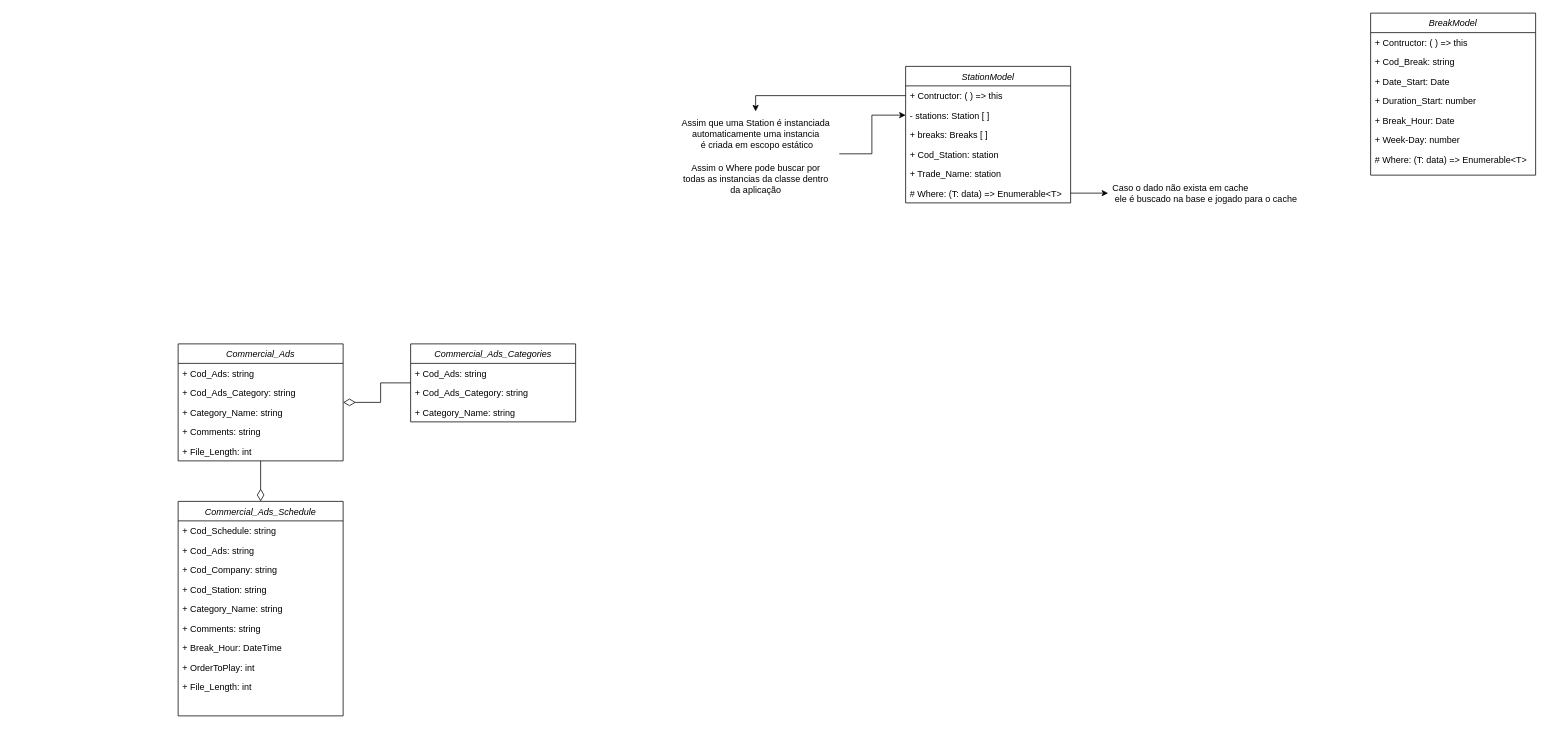
Before: Programatica.drawio in Vusmonth/uml, a draw.io diagram. Source tidied: cells renumbered, new cells numbered last; positions are measured from the earlier drawing's top-left corner, leaving out a move shared by most shapes. Both pictures are drawn from the tidied source at 75%, with x=0, y=0 at pixel (178, 13).
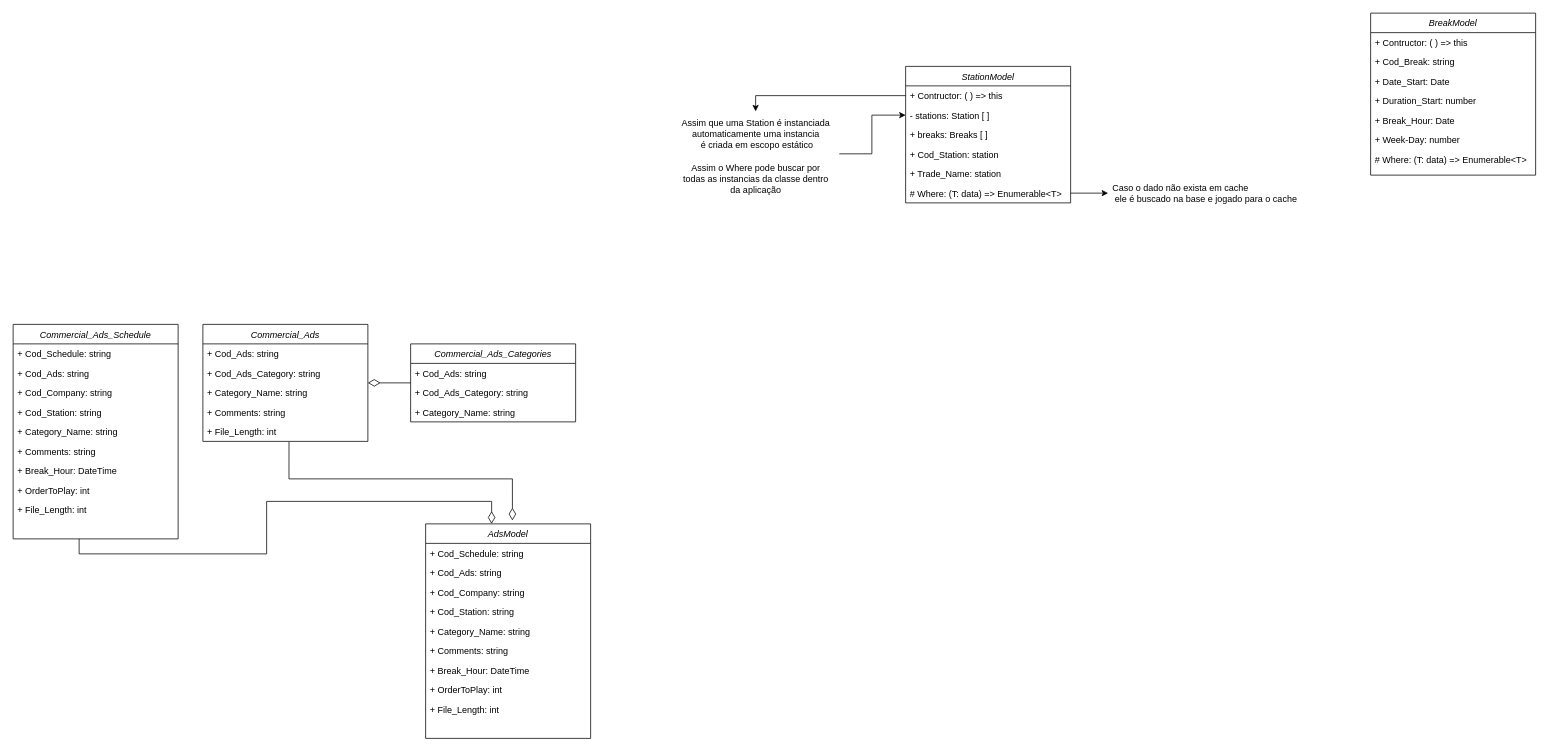
The same diagram, later.

The change refers to these unchanged cells:
```xml
<mxCell id="44" value="+ File_Length: int" style="text;align=left;verticalAlign=top;spacingLeft=4;spacingRight=4;overflow=hidden;points=[[0,0.5],[1,0.5]];portConstraint=eastwest;labelBackgroundColor=none;" parent="39" vertex="1">
  <mxGeometry y="130" width="220" height="26" as="geometry" />
</mxCell>
```

Diff of the diagram source:
```diff
@@
+    <mxCell id="45" style="edgeStyle=orthogonalEdgeStyle;rounded=0;orthogonalLoop=1;jettySize=auto;html=1;exitX=0.5;exitY=1;exitDx=0;exitDy=0;entryX=0.5;entryY=0;entryDx=0;entryDy=0;endArrow=diamondThin;endFill=0;endSize=14;" parent="1" edge="1">
+      <mxGeometry relative="1" as="geometry">
+        <mxPoint x="-132" y="701" as="sourcePoint" />
+        <mxPoint x="418" y="681" as="targetPoint" />
+        <Array as="points">
+          <mxPoint x="-132" y="721" />
+          <mxPoint x="118" y="721" />
+          <mxPoint x="118" y="651" />
+          <mxPoint x="418" y="651" />
+        </Array>
+      </mxGeometry>
+    </mxCell>
     <mxCell id="23" value="Commercial_Ads_Schedule" style="swimlane;fontStyle=2;align=center;verticalAlign=top;horizontal=1;startSize=26;rounded=0;shadow=0;strokeWidth=1;labelBackgroundColor=none;" parent="1" vertex="1">
-      <mxGeometry y="651" width="220" height="286" as="geometry" />
+      <mxGeometry x="-220" y="415" width="220" height="286" as="geometry" />
     </mxCell>
@@
-    <mxCell id="38" style="edgeStyle=orthogonalEdgeStyle;rounded=0;jettySize=auto;html=1;exitX=0.5;exitY=1;exitDx=0;exitDy=0;entryX=0.5;entryY=0;entryDx=0;entryDy=0;endArrow=diamondThin;endFill=0;endSize=14;" parent="1" edge="1" source="39" target="23">
+    <mxCell id="38" style="edgeStyle=orthogonalEdgeStyle;rounded=0;jettySize=auto;html=1;exitX=0.522;exitY=1.025;exitDx=0;exitDy=0;entryX=0.526;entryY=-0.016;entryDx=0;entryDy=0;endArrow=diamondThin;endFill=0;endSize=14;exitPerimeter=0;entryPerimeter=0;" parent="1" edge="1" source="44" target="46">
       <mxGeometry relative="1" as="geometry" />
     </mxCell>
     <mxCell id="39" value="Commercial_Ads" style="swimlane;fontStyle=2;align=center;verticalAlign=top;horizontal=1;startSize=26;rounded=0;shadow=0;strokeWidth=1;labelBackgroundColor=none;" parent="1" vertex="1">
-      <mxGeometry y="441" width="220" height="156" as="geometry" />
+      <mxGeometry x="33" y="415" width="220" height="156" as="geometry" />
     </mxCell>
@@
+    <mxCell id="46" value="AdsModel" style="swimlane;fontStyle=2;align=center;verticalAlign=top;horizontal=1;startSize=26;rounded=0;shadow=0;strokeWidth=1;labelBackgroundColor=none;" parent="1" vertex="1">
+      <mxGeometry x="330" y="681" width="220" height="286" as="geometry" />
+    </mxCell>
+    <mxCell id="47" value="+ Cod_Schedule: string" style="text;align=left;verticalAlign=top;spacingLeft=4;spacingRight=4;overflow=hidden;labelBackgroundColor=none;" parent="46" vertex="1">
+      <mxGeometry y="26" width="220" height="26" as="geometry" />
+    </mxCell>
+    <mxCell id="48" value="+ Cod_Ads: string" style="text;align=left;verticalAlign=top;spacingLeft=4;spacingRight=4;overflow=hidden;labelBackgroundColor=none;" parent="46" vertex="1">
+      <mxGeometry y="52" width="220" height="26" as="geometry" />
+    </mxCell>
+    <mxCell id="49" value="+ Cod_Company: string" style="text;align=left;verticalAlign=top;spacingLeft=4;spacingRight=4;overflow=hidden;labelBackgroundColor=none;" parent="46" vertex="1">
+      <mxGeometry y="78" width="220" height="26" as="geometry" />
+    </mxCell>
+    <mxCell id="50" value="+ Cod_Station: string" style="text;align=left;verticalAlign=top;spacingLeft=4;spacingRight=4;overflow=hidden;labelBackgroundColor=none;" parent="46" vertex="1">
+      <mxGeometry y="104" width="220" height="26" as="geometry" />
+    </mxCell>
+    <mxCell id="51" value="+ Category_Name: string" style="text;align=left;verticalAlign=top;spacingLeft=4;spacingRight=4;overflow=hidden;labelBackgroundColor=none;" parent="46" vertex="1">
+      <mxGeometry y="130" width="220" height="26" as="geometry" />
+    </mxCell>
+    <mxCell id="52" value="+ Comments: string" style="text;align=left;verticalAlign=top;spacingLeft=4;spacingRight=4;overflow=hidden;labelBackgroundColor=none;" parent="46" vertex="1">
+      <mxGeometry y="156" width="220" height="26" as="geometry" />
+    </mxCell>
+    <mxCell id="53" value="+ Break_Hour: DateTime" style="text;align=left;verticalAlign=top;spacingLeft=4;spacingRight=4;overflow=hidden;labelBackgroundColor=none;" parent="46" vertex="1">
+      <mxGeometry y="182" width="220" height="26" as="geometry" />
+    </mxCell>
+    <mxCell id="54" value="+ OrderToPlay: int" style="text;align=left;verticalAlign=top;spacingLeft=4;spacingRight=4;overflow=hidden;labelBackgroundColor=none;" parent="46" vertex="1">
+      <mxGeometry y="208" width="220" height="26" as="geometry" />
+    </mxCell>
+    <mxCell id="55" value="+ File_Length: int" style="text;align=left;verticalAlign=top;spacingLeft=4;spacingRight=4;overflow=hidden;labelBackgroundColor=none;" parent="46" vertex="1">
+      <mxGeometry y="234" width="220" height="26" as="geometry" />
+    </mxCell>
```
